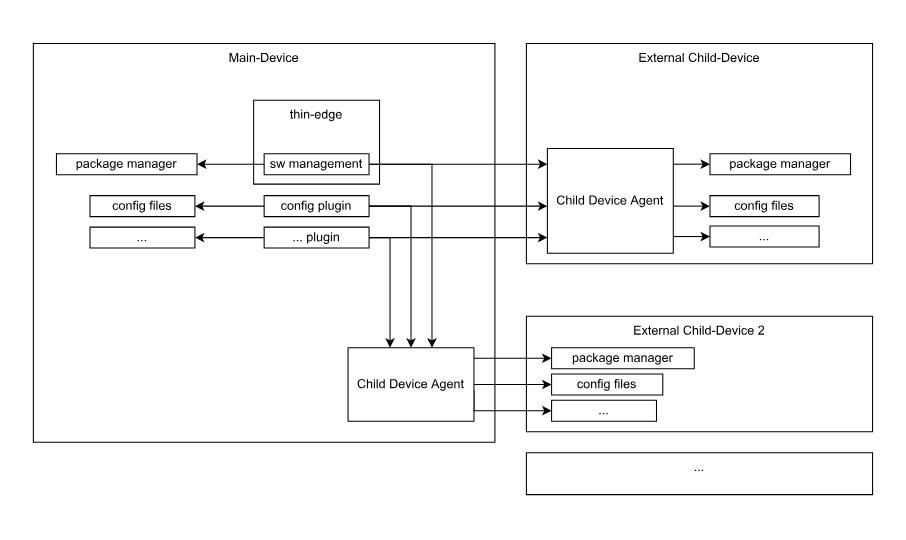
This is docs/src/architecture/images/child-device-agent.svg from thin-edge/thin-edge.io, a draw.io export, as it was before one commit. Source tidied: cells renumbered, new cells last; positions are measured from the earlier drawing's top-left corner, leaving out a move shared by most shapes.
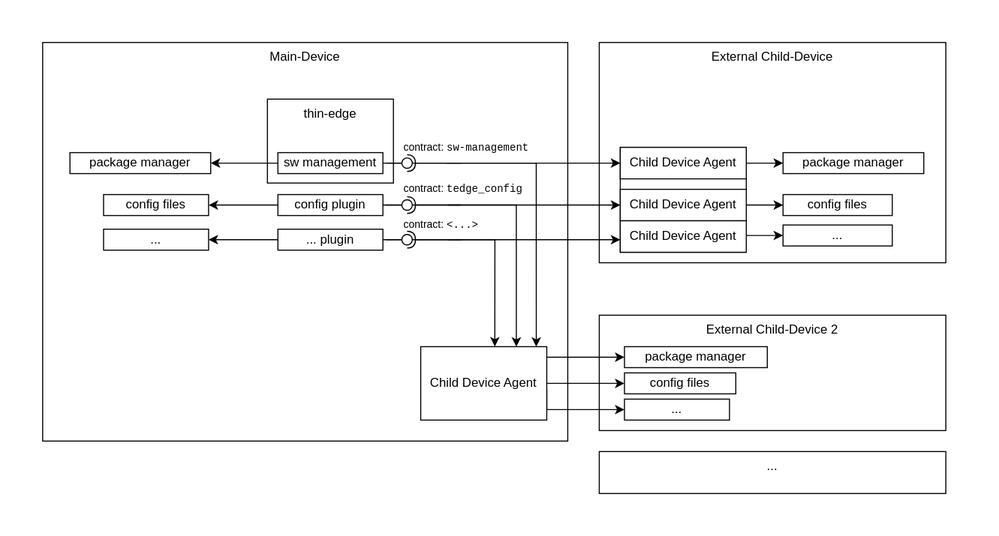
After the change.

Commit message:
restructur and precise plugin section

What changed in the source:
```diff
@@ -3,13 +3,13 @@
     <mxCell id="0" />
     <mxCell id="1" parent="0" />
     <mxCell id="2" style="rounded=0;whiteSpace=wrap;html=1;fontSize=12;strokeColor=none;" parent="1" vertex="1">
-      <mxGeometry width="860" height="510" as="geometry" />
+      <mxGeometry x="-70" width="950" height="510" as="geometry" />
     </mxCell>
     <mxCell id="3" value="Main-Device" style="rounded=0;whiteSpace=wrap;html=1;verticalAlign=top;" parent="1" vertex="1">
-      <mxGeometry x="30" y="40" width="440" height="380" as="geometry" />
+      <mxGeometry x="-30" y="40" width="500" height="380" as="geometry" />
     </mxCell>
     <mxCell id="4" value="thin-edge" style="rounded=0;whiteSpace=wrap;html=1;verticalAlign=top;" parent="1" vertex="1">
-      <mxGeometry x="240" y="94" width="120" height="80" as="geometry" />
+      <mxGeometry x="184" y="94" width="120" height="80" as="geometry" />
     </mxCell>
     <mxCell id="5" value="External Child-Device 2" style="rounded=0;whiteSpace=wrap;html=1;verticalAlign=top;" parent="1" vertex="1">
       <mxGeometry x="500" y="300" width="330" height="110" as="geometry" />
@@ -31,18 +31,20 @@
         </Array>
       </mxGeometry>
     </mxCell>
-    <mxCell id="10" style="edgeStyle=orthogonalEdgeStyle;rounded=0;jettySize=auto;html=1;" parent="1" edge="1" source="11" target="33">
+    <mxCell id="10" style="edgeStyle=orthogonalEdgeStyle;rounded=0;orthogonalLoop=1;jettySize=auto;html=1;" parent="1" edge="1">
       <mxGeometry relative="1" as="geometry">
+        <mxPoint x="356" y="195" as="sourcePoint" />
+        <mxPoint x="421" y="330" as="targetPoint" />
         <Array as="points">
-          <mxPoint x="390" y="195" />
+          <mxPoint x="421" y="195" />
         </Array>
       </mxGeometry>
     </mxCell>
     <mxCell id="11" value="config plugin" style="rounded=0;whiteSpace=wrap;html=1;verticalAlign=middle;" parent="1" vertex="1">
-      <mxGeometry x="250" y="185" width="100" height="20" as="geometry" />
+      <mxGeometry x="194" y="185" width="100" height="20" as="geometry" />
     </mxCell>
     <mxCell id="12" value="config files" style="rounded=0;whiteSpace=wrap;html=1;verticalAlign=middle;" parent="1" vertex="1">
-      <mxGeometry x="84" y="185" width="100" height="20" as="geometry" />
+      <mxGeometry x="28" y="185" width="100" height="20" as="geometry" />
     </mxCell>
     <mxCell id="13" style="edgeStyle=orthogonalEdgeStyle;rounded=0;jettySize=auto;html=1;entryX=1;entryY=0.5;entryDx=0;entryDy=0;fontSize=10;" parent="1" edge="1" source="16" target="17">
       <mxGeometry relative="1" as="geometry" />
@@ -55,42 +57,46 @@
         </Array>
       </mxGeometry>
     </mxCell>
-    <mxCell id="15" style="edgeStyle=orthogonalEdgeStyle;rounded=0;jettySize=auto;html=1;" parent="1" edge="1" source="16" target="33">
+    <mxCell id="15" style="edgeStyle=orthogonalEdgeStyle;rounded=0;orthogonalLoop=1;jettySize=auto;html=1;" parent="1" edge="1">
       <mxGeometry relative="1" as="geometry">
+        <mxPoint x="355" y="155" as="sourcePoint" />
+        <mxPoint x="440" y="330" as="targetPoint" />
         <Array as="points">
-          <mxPoint x="410" y="155" />
+          <mxPoint x="440" y="155" />
         </Array>
       </mxGeometry>
     </mxCell>
     <mxCell id="16" value="&lt;font style=&quot;font-size: 12px;&quot;&gt;sw management&lt;/font&gt;" style="rounded=0;whiteSpace=wrap;html=1;verticalAlign=middle;" parent="1" vertex="1">
-      <mxGeometry x="250" y="145" width="100" height="20" as="geometry" />
+      <mxGeometry x="194" y="145" width="100" height="20" as="geometry" />
     </mxCell>
     <mxCell id="17" value="package manager" style="rounded=0;whiteSpace=wrap;html=1;verticalAlign=middle;" parent="1" vertex="1">
-      <mxGeometry x="52" y="145" width="134" height="20" as="geometry" />
+      <mxGeometry x="-4" y="145" width="134" height="20" as="geometry" />
     </mxCell>
     <mxCell id="18" style="edgeStyle=orthogonalEdgeStyle;rounded=0;jettySize=auto;html=1;entryX=1;entryY=0.5;entryDx=0;entryDy=0;fontSize=10;" parent="1" edge="1" source="21" target="22">
       <mxGeometry relative="1" as="geometry" />
     </mxCell>
-    <mxCell id="19" style="edgeStyle=orthogonalEdgeStyle;rounded=0;jettySize=auto;html=1;fontSize=10;" parent="1" edge="1" source="21" target="26">
+    <mxCell id="19" style="edgeStyle=orthogonalEdgeStyle;rounded=0;jettySize=auto;html=1;fontSize=10;" parent="1" edge="1" source="21">
       <mxGeometry relative="1" as="geometry">
+        <mxPoint x="520" y="228" as="targetPoint" />
         <Array as="points">
-          <mxPoint x="440" y="225" />
-          <mxPoint x="440" y="225" />
+          <mxPoint x="440" y="228" />
+          <mxPoint x="440" y="228" />
         </Array>
       </mxGeometry>
     </mxCell>
-    <mxCell id="20" style="edgeStyle=orthogonalEdgeStyle;rounded=0;jettySize=auto;html=1;" parent="1" edge="1" source="21" target="33">
+    <mxCell id="20" style="edgeStyle=orthogonalEdgeStyle;rounded=0;jettySize=auto;html=1;entryX=0.588;entryY=-0.002;entryDx=0;entryDy=0;entryPerimeter=0;" parent="1" edge="1" target="33">
       <mxGeometry relative="1" as="geometry">
+        <mxPoint x="356" y="228" as="sourcePoint" />
         <Array as="points">
-          <mxPoint x="370" y="225" />
+          <mxPoint x="401" y="228" />
         </Array>
       </mxGeometry>
     </mxCell>
     <mxCell id="21" value="... plugin" style="rounded=0;whiteSpace=wrap;html=1;verticalAlign=middle;" parent="1" vertex="1">
-      <mxGeometry x="250" y="215" width="100" height="20" as="geometry" />
+      <mxGeometry x="194" y="218" width="100" height="20" as="geometry" />
     </mxCell>
     <mxCell id="22" value="..." style="rounded=0;whiteSpace=wrap;html=1;verticalAlign=middle;" parent="1" vertex="1">
-      <mxGeometry x="84" y="215" width="100" height="20" as="geometry" />
+      <mxGeometry x="28" y="218" width="100" height="20" as="geometry" />
     </mxCell>
     <mxCell id="23" style="edgeStyle=orthogonalEdgeStyle;rounded=0;jettySize=auto;html=1;fontSize=10;" parent="1" edge="1" source="26" target="27">
       <mxGeometry relative="1" as="geometry">
@@ -159,5 +165,62 @@
     <mxCell id="36" value="..." style="rounded=0;whiteSpace=wrap;html=1;verticalAlign=middle;" parent="1" vertex="1">
       <mxGeometry x="524" y="380" width="100" height="20" as="geometry" />
     </mxCell>
+    <mxCell id="37" style="rounded=0;jettySize=auto;html=1;endArrow=none;endFill=0;sketch=0;sourcePerimeterSpacing=0;targetPerimeterSpacing=0;fontSize=10;" parent="1" edge="1" target="39">
+      <mxGeometry relative="1" as="geometry">
+        <mxPoint x="297" y="155" as="sourcePoint" />
+      </mxGeometry>
+    </mxCell>
+    <mxCell id="38" style="rounded=0;jettySize=auto;html=1;endArrow=halfCircle;endFill=0;entryX=0.5;entryY=0.5;endSize=6;strokeWidth=1;sketch=0;fontSize=10;" parent="1" edge="1" target="39">
+      <mxGeometry relative="1" as="geometry">
+        <mxPoint x="368" y="155" as="sourcePoint" />
+      </mxGeometry>
+    </mxCell>
+    <mxCell id="39" style="ellipse;whiteSpace=wrap;html=1;align=center;points=[];outlineConnect=0;sketch=0;fontSize=10;" parent="1" vertex="1">
+      <mxGeometry x="312" y="150" width="10" height="10" as="geometry" />
+    </mxCell>
+    <mxCell id="40" style="rounded=0;jettySize=auto;html=1;endArrow=none;endFill=0;sketch=0;sourcePerimeterSpacing=0;targetPerimeterSpacing=0;fontSize=10;" parent="1" edge="1" target="42">
+      <mxGeometry relative="1" as="geometry">
+        <mxPoint x="297" y="195" as="sourcePoint" />
+      </mxGeometry>
+    </mxCell>
+    <mxCell id="41" style="rounded=0;jettySize=auto;html=1;endArrow=halfCircle;endFill=0;entryX=0.5;entryY=0.5;endSize=6;strokeWidth=1;sketch=0;fontSize=10;" parent="1" edge="1" target="42">
+      <mxGeometry relative="1" as="geometry">
+        <mxPoint x="368" y="195" as="sourcePoint" />
+      </mxGeometry>
+    </mxCell>
+    <mxCell id="42" style="ellipse;whiteSpace=wrap;html=1;align=center;points=[];outlineConnect=0;sketch=0;fontSize=10;" parent="1" vertex="1">
+      <mxGeometry x="312" y="190" width="10" height="10" as="geometry" />
+    </mxCell>
+    <mxCell id="43" style="rounded=0;jettySize=auto;html=1;endArrow=none;endFill=0;sketch=0;sourcePerimeterSpacing=0;targetPerimeterSpacing=0;fontSize=10;" parent="1" edge="1" target="45">
+      <mxGeometry relative="1" as="geometry">
+        <mxPoint x="297" y="228" as="sourcePoint" />
+      </mxGeometry>
+    </mxCell>
+    <mxCell id="44" style="rounded=0;jettySize=auto;html=1;endArrow=halfCircle;endFill=0;entryX=0.5;entryY=0.5;endSize=6;strokeWidth=1;sketch=0;fontSize=10;" parent="1" edge="1" target="45">
+      <mxGeometry relative="1" as="geometry">
+        <mxPoint x="368" y="228" as="sourcePoint" />
+      </mxGeometry>
+    </mxCell>
+    <mxCell id="45" style="ellipse;whiteSpace=wrap;html=1;align=center;points=[];outlineConnect=0;sketch=0;fontSize=10;" parent="1" vertex="1">
+      <mxGeometry x="312" y="223" width="10" height="10" as="geometry" />
+    </mxCell>
+    <mxCell id="46" value="contract: &lt;font face=&quot;Courier New&quot;&gt;sw-management&lt;/font&gt;" style="text;whiteSpace=wrap;html=1;fontSize=10;verticalAlign=middle;" parent="1" vertex="1">
+      <mxGeometry x="312" y="133" width="148" height="16" as="geometry" />
+    </mxCell>
+    <mxCell id="47" value="contract: &lt;font face=&quot;Courier New&quot;&gt;tedge_config&lt;/font&gt;" style="text;whiteSpace=wrap;html=1;fontSize=10;verticalAlign=middle;" parent="1" vertex="1">
+      <mxGeometry x="312" y="172" width="120" height="16" as="geometry" />
+    </mxCell>
+    <mxCell id="48" value="contract: &lt;font face=&quot;Courier New&quot;&gt;&amp;lt;...&amp;gt;&lt;/font&gt;" style="text;whiteSpace=wrap;html=1;fontSize=10;verticalAlign=middle;" parent="1" vertex="1">
+      <mxGeometry x="312" y="206" width="120" height="16" as="geometry" />
+    </mxCell>
+    <mxCell id="49" value="Child Device Agent" style="rounded=0;whiteSpace=wrap;html=1;" parent="1" vertex="1">
+      <mxGeometry x="520" y="140" width="120" height="30" as="geometry" />
+    </mxCell>
+    <mxCell id="50" value="Child Device Agent" style="rounded=0;whiteSpace=wrap;html=1;" parent="1" vertex="1">
+      <mxGeometry x="520" y="180" width="120" height="30" as="geometry" />
+    </mxCell>
+    <mxCell id="51" value="Child Device Agent" style="rounded=0;whiteSpace=wrap;html=1;" parent="1" vertex="1">
+      <mxGeometry x="520" y="210" width="120" height="30" as="geometry" />
+    </mxCell>
   </root>
 </mxGraphModel>
```
